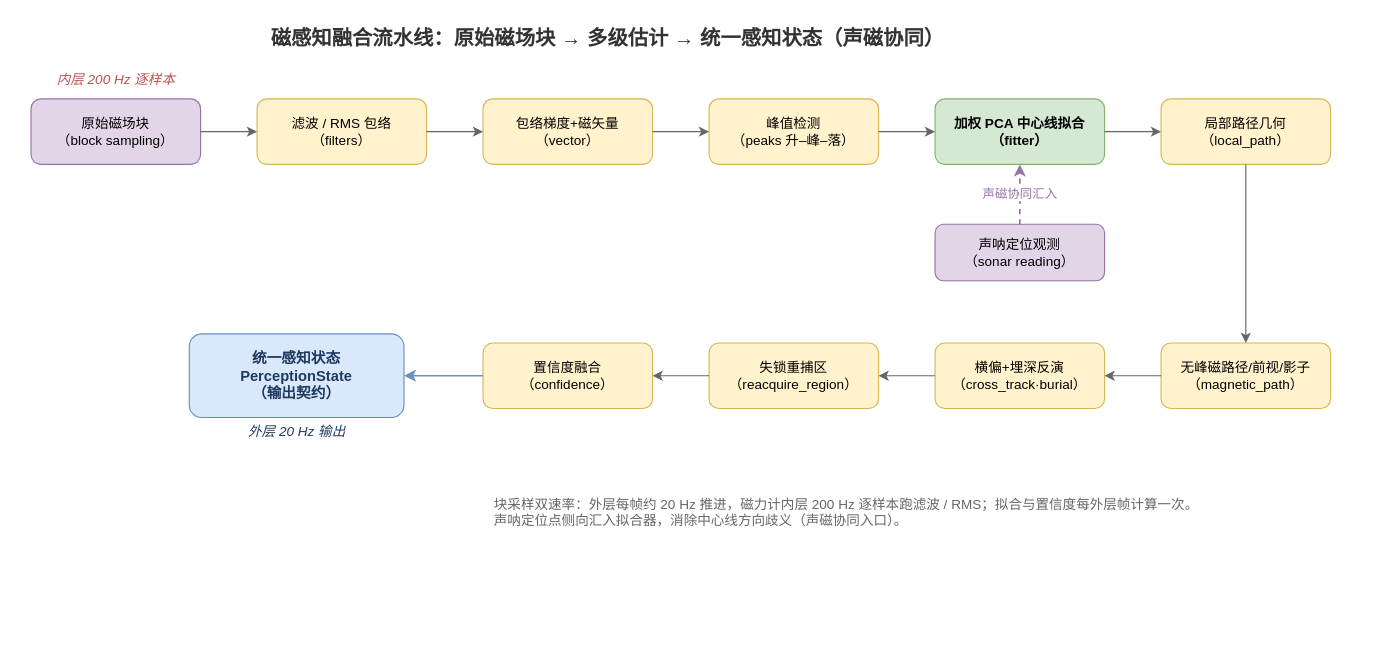
This is docs/figure/fig_perception_pipeline.drawio from 360ZMEM/AUV-Master-Mag, a draw.io file, before an edit. Source tidied: cells renumbered, new cells numbered last; positions are measured from the earlier drawing's top-left corner, leaving out a move shared by most shapes. Both pictures are drawn from the tidied source at 113%, with x=0, y=0 at pixel (31, 21).
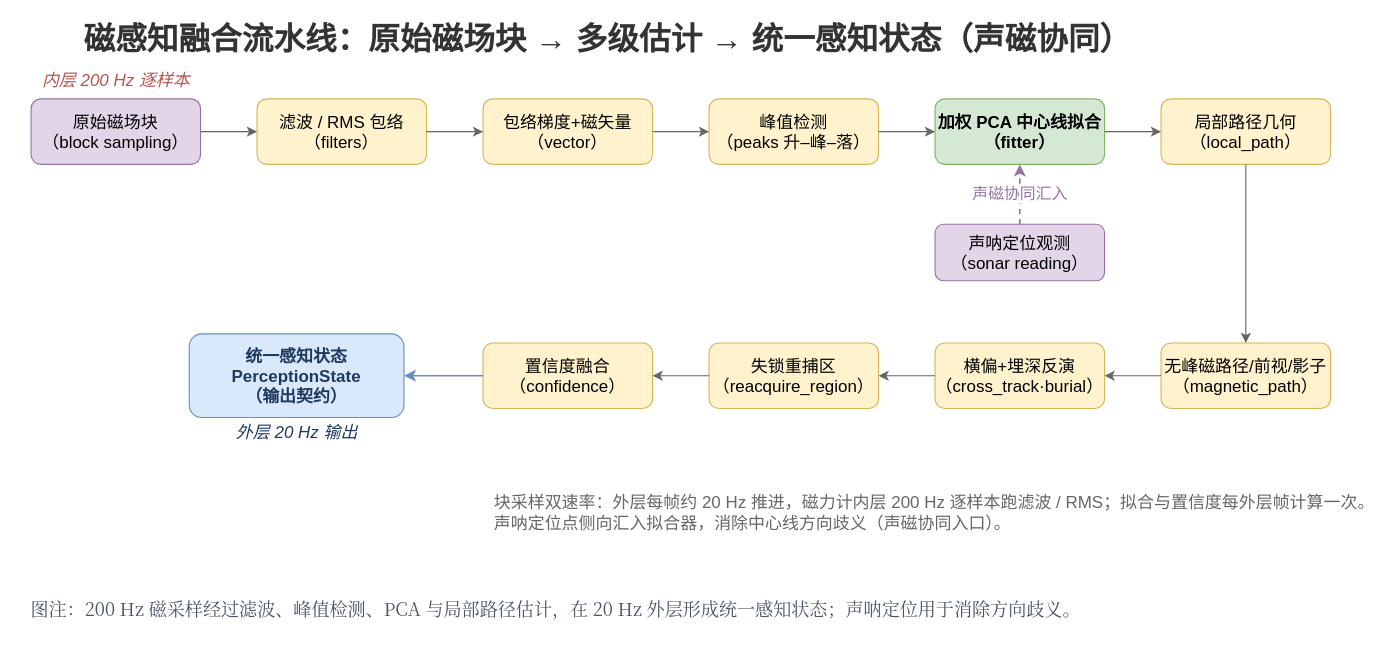
The same page after the edit.

Change to the diagram source:
```diff
@@
-    <mxCell id="2" value="磁感知融合流水线：原始磁场块 → 多级估计 → 统一感知状态（声磁协同）" style="text;html=1;align=center;verticalAlign=middle;fontSize=18;fontStyle=1;fontColor=#333333;" parent="1" vertex="1">
+    <mxCell id="2" value="磁感知融合流水线：原始磁场块 → 多级估计 → 统一感知状态（声磁协同）" style="text;html=1;align=center;verticalAlign=middle;fontSize=28;fontStyle=1;fontColor=#333333;" parent="1" vertex="1">
       <mxGeometry width="1020" height="30" as="geometry" />
     </mxCell>
-    <mxCell id="3" value="内层 200 Hz 逐样本" style="text;html=1;align=center;verticalAlign=middle;fontSize=12;fontStyle=2;fontColor=#b85450;" parent="1" vertex="1">
+    <mxCell id="3" value="内层 200 Hz 逐样本" style="text;html=1;align=center;verticalAlign=middle;fontSize=15;fontStyle=2;fontColor=#b85450;" parent="1" vertex="1">
       <mxGeometry y="42" width="150" height="18" as="geometry" />
     </mxCell>
-    <mxCell id="4" value="原始磁场块&#10;（block sampling）" style="rounded=1;whiteSpace=wrap;html=1;fillColor=#e1d5e7;strokeColor=#9673a6;fontSize=12;" parent="1" vertex="1">
+    <mxCell id="4" value="原始磁场块&#10;（block sampling）" style="rounded=1;whiteSpace=wrap;html=1;fillColor=#e1d5e7;strokeColor=#9673a6;fontSize=15;" parent="1" vertex="1">
       <mxGeometry y="68" width="150" height="58" as="geometry" />
     </mxCell>
-    <mxCell id="5" value="滤波 / RMS 包络&#10;（filters）" style="rounded=1;whiteSpace=wrap;html=1;fillColor=#fff2cc;strokeColor=#d6b656;fontSize=12;" parent="1" vertex="1">
+    <mxCell id="5" value="滤波 / RMS 包络&#10;（filters）" style="rounded=1;whiteSpace=wrap;html=1;fillColor=#fff2cc;strokeColor=#d6b656;fontSize=15;" parent="1" vertex="1">
       <mxGeometry x="200" y="68" width="150" height="58" as="geometry" />
     </mxCell>
-    <mxCell id="6" value="包络梯度+磁矢量&#10;（vector）" style="rounded=1;whiteSpace=wrap;html=1;fillColor=#fff2cc;strokeColor=#d6b656;fontSize=12;" parent="1" vertex="1">
+    <mxCell id="6" value="包络梯度+磁矢量&#10;（vector）" style="rounded=1;whiteSpace=wrap;html=1;fillColor=#fff2cc;strokeColor=#d6b656;fontSize=15;" parent="1" vertex="1">
       <mxGeometry x="400" y="68" width="150" height="58" as="geometry" />
     </mxCell>
-    <mxCell id="7" value="峰值检测&#10;（peaks 升–峰–落）" style="rounded=1;whiteSpace=wrap;html=1;fillColor=#fff2cc;strokeColor=#d6b656;fontSize=12;" parent="1" vertex="1">
+    <mxCell id="7" value="峰值检测&#10;（peaks 升–峰–落）" style="rounded=1;whiteSpace=wrap;html=1;fillColor=#fff2cc;strokeColor=#d6b656;fontSize=15;" parent="1" vertex="1">
       <mxGeometry x="600" y="68" width="150" height="58" as="geometry" />
     </mxCell>
-    <mxCell id="8" value="加权 PCA 中心线拟合&#10;（fitter）" style="rounded=1;whiteSpace=wrap;html=1;fillColor=#d5e8d4;strokeColor=#82b366;fontSize=12;fontStyle=1;" parent="1" vertex="1">
+    <mxCell id="8" value="加权 PCA 中心线拟合&#10;（fitter）" style="rounded=1;whiteSpace=wrap;html=1;fillColor=#d5e8d4;strokeColor=#82b366;fontSize=15;fontStyle=1;" parent="1" vertex="1">
       <mxGeometry x="800" y="68" width="150" height="58" as="geometry" />
     </mxCell>
-    <mxCell id="9" value="局部路径几何&#10;（local_path）" style="rounded=1;whiteSpace=wrap;html=1;fillColor=#fff2cc;strokeColor=#d6b656;fontSize=12;" parent="1" vertex="1">
+    <mxCell id="9" value="局部路径几何&#10;（local_path）" style="rounded=1;whiteSpace=wrap;html=1;fillColor=#fff2cc;strokeColor=#d6b656;fontSize=15;" parent="1" vertex="1">
       <mxGeometry x="1000" y="68" width="150" height="58" as="geometry" />
     </mxCell>
-    <mxCell id="10" value="无峰磁路径/前视/影子&#10;（magnetic_path）" style="rounded=1;whiteSpace=wrap;html=1;fillColor=#fff2cc;strokeColor=#d6b656;fontSize=12;" parent="1" vertex="1">
+    <mxCell id="10" value="无峰磁路径/前视/影子&#10;（magnetic_path）" style="rounded=1;whiteSpace=wrap;html=1;fillColor=#fff2cc;strokeColor=#d6b656;fontSize=15;" parent="1" vertex="1">
       <mxGeometry x="1000" y="284" width="150" height="58" as="geometry" />
     </mxCell>
-    <mxCell id="11" value="横偏+埋深反演&#10;（cross_track·burial）" style="rounded=1;whiteSpace=wrap;html=1;fillColor=#fff2cc;strokeColor=#d6b656;fontSize=12;" parent="1" vertex="1">
+    <mxCell id="11" value="横偏+埋深反演&#10;（cross_track·burial）" style="rounded=1;whiteSpace=wrap;html=1;fillColor=#fff2cc;strokeColor=#d6b656;fontSize=15;" parent="1" vertex="1">
       <mxGeometry x="800" y="284" width="150" height="58" as="geometry" />
     </mxCell>
-    <mxCell id="12" value="失锁重捕区&#10;（reacquire_region）" style="rounded=1;whiteSpace=wrap;html=1;fillColor=#fff2cc;strokeColor=#d6b656;fontSize=12;" parent="1" vertex="1">
+    <mxCell id="12" value="失锁重捕区&#10;（reacquire_region）" style="rounded=1;whiteSpace=wrap;html=1;fillColor=#fff2cc;strokeColor=#d6b656;fontSize=15;" parent="1" vertex="1">
       <mxGeometry x="600" y="284" width="150" height="58" as="geometry" />
     </mxCell>
-    <mxCell id="13" value="置信度融合&#10;（confidence）" style="rounded=1;whiteSpace=wrap;html=1;fillColor=#fff2cc;strokeColor=#d6b656;fontSize=12;" parent="1" vertex="1">
+    <mxCell id="13" value="置信度融合&#10;（confidence）" style="rounded=1;whiteSpace=wrap;html=1;fillColor=#fff2cc;strokeColor=#d6b656;fontSize=15;" parent="1" vertex="1">
       <mxGeometry x="400" y="284" width="150" height="58" as="geometry" />
     </mxCell>
-    <mxCell id="14" value="统一感知状态&#10;PerceptionState&#10;（输出契约）" style="rounded=1;whiteSpace=wrap;html=1;fillColor=#dae8fc;strokeColor=#6c8ebf;fontSize=13;fontStyle=1;fontColor=#1f3a5f;" parent="1" vertex="1">
+    <mxCell id="14" value="统一感知状态&#10;PerceptionState&#10;（输出契约）" style="rounded=1;whiteSpace=wrap;html=1;fillColor=#dae8fc;strokeColor=#6c8ebf;fontSize=15;fontStyle=1;fontColor=#1f3a5f;" parent="1" vertex="1">
       <mxGeometry x="140" y="276" width="190" height="74" as="geometry" />
     </mxCell>
-    <mxCell id="15" value="外层 20 Hz 输出" style="text;html=1;align=center;verticalAlign=middle;fontSize=12;fontStyle=2;fontColor=#1f3a5f;" parent="1" vertex="1">
+    <mxCell id="15" value="外层 20 Hz 输出" style="text;html=1;align=center;verticalAlign=middle;fontSize=15;fontStyle=2;fontColor=#1f3a5f;" parent="1" vertex="1">
       <mxGeometry x="140" y="354" width="190" height="18" as="geometry" />
     </mxCell>
-    <mxCell id="16" value="声呐定位观测&#10;（sonar reading）" style="rounded=1;whiteSpace=wrap;html=1;fillColor=#e1d5e7;strokeColor=#9673a6;fontSize=12;" parent="1" vertex="1">
+    <mxCell id="16" value="声呐定位观测&#10;（sonar reading）" style="rounded=1;whiteSpace=wrap;html=1;fillColor=#e1d5e7;strokeColor=#9673a6;fontSize=15;" parent="1" vertex="1">
       <mxGeometry x="800" y="179" width="150" height="50" as="geometry" />
     </mxCell>
-    <mxCell id="17" value="块采样双速率：外层每帧约 20 Hz 推进，磁力计内层 200 Hz 逐样本跑滤波 / RMS；拟合与置信度每外层帧计算一次。&#10;声呐定位点侧向汇入拟合器，消除中心线方向歧义（声磁协同入口）。" style="text;html=1;align=left;verticalAlign=middle;fontSize=12;fontStyle=0;fontColor=#666666;spacingLeft=8;" parent="1" vertex="1">
+    <mxCell id="17" value="块采样双速率：外层每帧约 20 Hz 推进，磁力计内层 200 Hz 逐样本跑滤波 / RMS；拟合与置信度每外层帧计算一次。&#10;声呐定位点侧向汇入拟合器，消除中心线方向歧义（声磁协同入口）。" style="text;html=1;align=left;verticalAlign=middle;fontSize=15;fontStyle=0;fontColor=#666666;spacingLeft=8;" parent="1" vertex="1">
       <mxGeometry x="400" y="414" width="750" height="40" as="geometry" />
     </mxCell>
@@
-    <mxCell id="28" value="声磁协同汇入" style="edgeStyle=orthogonalEdgeStyle;rounded=1;jettySize=auto;html=1;exitX=0.5;exitY=0;exitDx=0;exitDy=0;entryX=0.5;entryY=1;entryDx=0;entryDy=0;strokeColor=#9673a6;strokeWidth=1.5;fontColor=#9673a6;fontSize=11;dashed=1;" parent="1" edge="1" source="16" target="8">
+    <mxCell id="28" value="声磁协同汇入" style="edgeStyle=orthogonalEdgeStyle;rounded=1;jettySize=auto;html=1;exitX=0.5;exitY=0;exitDx=0;exitDy=0;entryX=0.5;entryY=1;entryDx=0;entryDy=0;strokeColor=#9673a6;strokeWidth=1.5;fontColor=#9673a6;fontSize=14;dashed=1;" parent="1" edge="1" source="16" target="8">
       <mxGeometry relative="1" as="geometry" />
     </mxCell>
+    <mxCell id="29" value="图注：200 Hz 磁采样经过滤波、峰值检测、PCA 与局部路径估计，在 20 Hz 外层形成统一感知状态；声呐定位用于消除方向歧义。" style="text;html=1;align=left;verticalAlign=middle;whiteSpace=wrap;fontFamily=Noto Serif CJK SC;fontSize=16;fontColor=#4B5563;spacingLeft=8;spacingRight=8;" parent="1" vertex="1">
+      <mxGeometry x="-10" y="484" width="1140" height="70" as="geometry" />
+    </mxCell>
```
